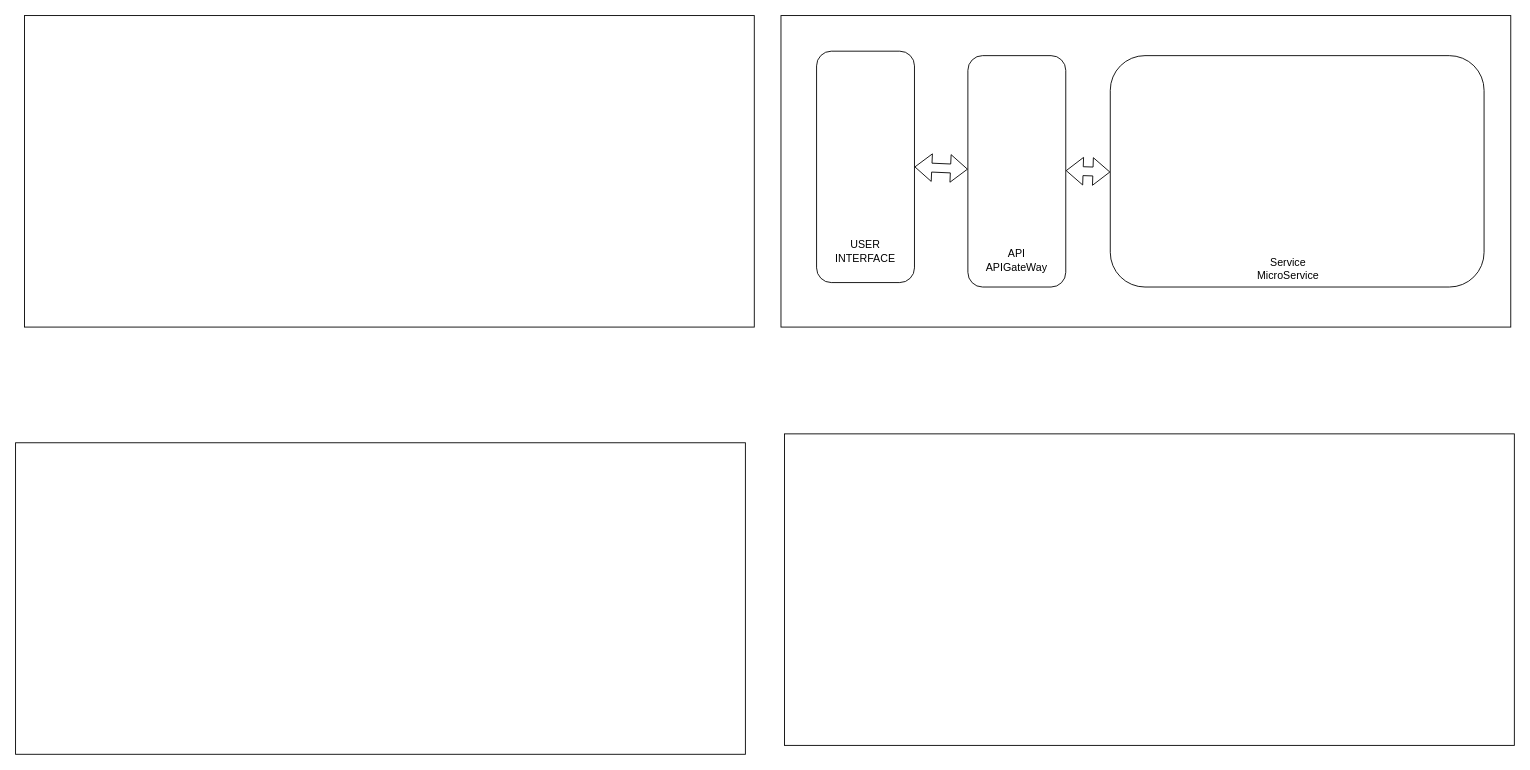
Sang-ATTN-UIT/API-GateWay keeps this draw.io diagram as Biểu đồ không có tiêu đề.drawio. Above is the earlier version. Source tidied: cells renumbered, new cells numbered last; positions are measured from the earlier drawing's top-left corner, leaving out a move shared by most shapes. Both pictures are drawn from the tidied source at 89%, with x=0, y=0 at pixel (15, 15).
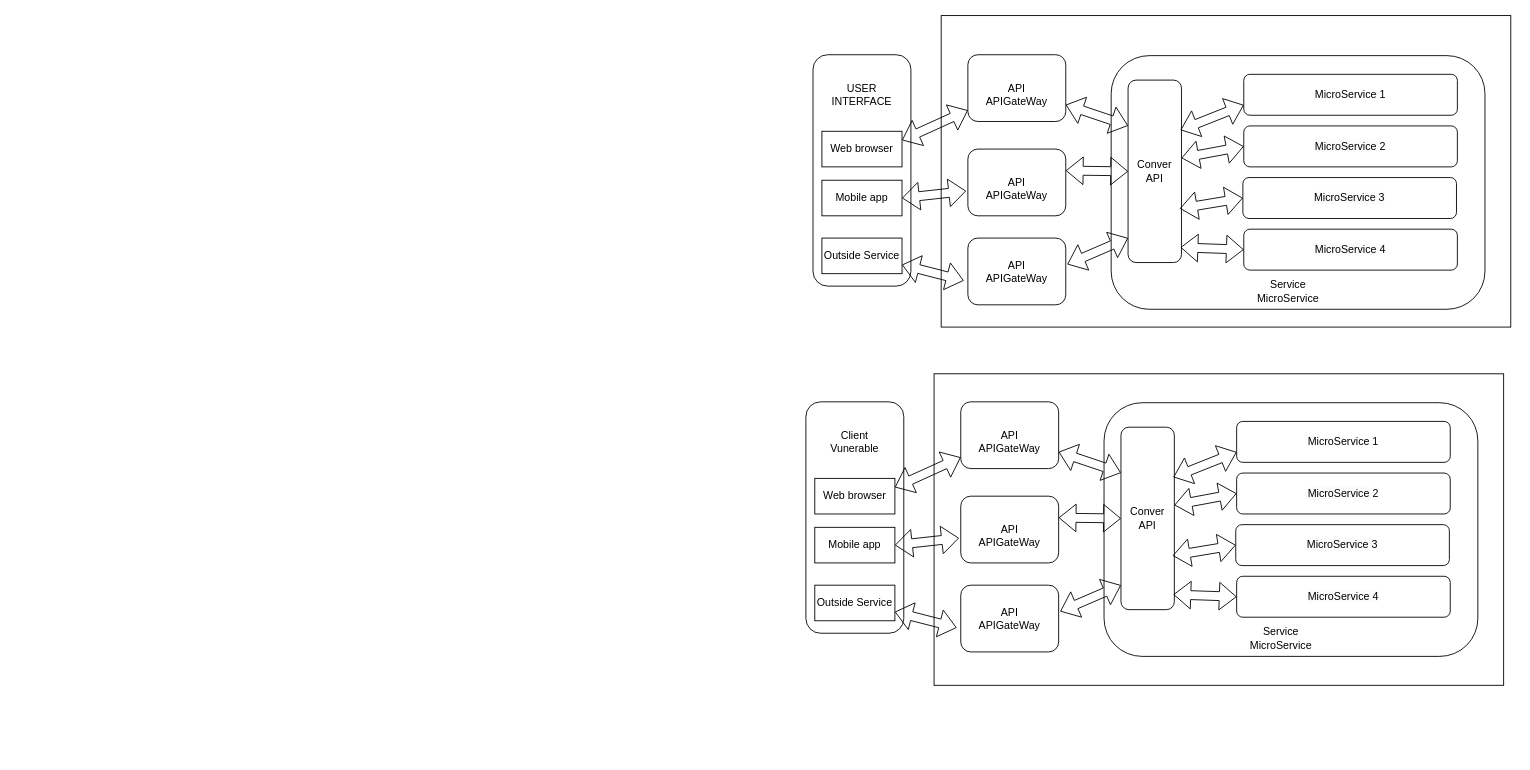
The same diagram, later.

Commit message:
Cập nhật Biểu đồ không có tiêu đề.drawio

What changed in the source:
```diff
@@
     <mxCell id="2" style="rounded=0;whiteSpace=wrap;html=1;" parent="1" vertex="1">
-      <mxGeometry x="860" width="820" height="350" as="geometry" />
+      <mxGeometry x="1040" width="640" height="350" as="geometry" />
     </mxCell>
-    <mxCell id="3" style="rounded=0;whiteSpace=wrap;html=1;" parent="1" vertex="1">
-      <mxGeometry x="864" y="470" width="820" height="350" as="geometry" />
-    </mxCell>
-    <mxCell id="4" style="rounded=0;whiteSpace=wrap;html=1;" parent="1" vertex="1">
-      <mxGeometry x="10" width="820" height="350" as="geometry" />
-    </mxCell>
-    <mxCell id="5" style="rounded=0;whiteSpace=wrap;html=1;" parent="1" vertex="1">
-      <mxGeometry y="480" width="820" height="350" as="geometry" />
-    </mxCell>
     <mxCell id="6" style="rounded=1;whiteSpace=wrap;html=1;" parent="1" vertex="1">
-      <mxGeometry x="900" y="40" width="110" height="260" as="geometry" />
+      <mxGeometry x="896" y="44" width="110" height="260" as="geometry" />
     </mxCell>
     <mxCell id="7" style="rounded=1;whiteSpace=wrap;html=1;" parent="1" vertex="1">
-      <mxGeometry x="1230" y="45" width="420" height="260" as="geometry" />
+      <mxGeometry x="1231" y="45" width="420" height="285" as="geometry" />
     </mxCell>
     <mxCell id="8" style="rounded=1;whiteSpace=wrap;html=1;" parent="1" vertex="1">
-      <mxGeometry x="1070" y="45" width="110" height="260" as="geometry" />
+      <mxGeometry x="1070" y="44" width="110" height="75" as="geometry" />
     </mxCell>
-    <mxCell id="9" style="shape=flexArrow;endArrow=classic;startArrow=classic;html=1;rounded=0;exitX=1;exitY=0.5;exitDx=0;exitDy=0;" parent="1" edge="1" source="6" target="8">
+    <mxCell id="9" style="shape=flexArrow;endArrow=classic;startArrow=classic;html=1;rounded=0;exitX=1;exitY=0.25;exitDx=0;exitDy=0;" parent="1" edge="1" source="23" target="8">
       <mxGeometry relative="1" as="geometry" />
     </mxCell>
-    <mxCell id="10" style="shape=flexArrow;endArrow=classic;startArrow=classic;html=1;rounded=0;exitX=1;exitY=0.5;exitDx=0;exitDy=0;entryX=0;entryY=0.5;entryDx=0;entryDy=0;" parent="1" edge="1">
+    <mxCell id="10" style="shape=flexArrow;endArrow=classic;startArrow=classic;html=1;rounded=0;exitX=1;exitY=0.5;exitDx=0;exitDy=0;entryX=0;entryY=0.5;entryDx=0;entryDy=0;" parent="1" edge="1" target="22">
       <mxGeometry relative="1" as="geometry">
         <mxPoint x="1180" y="174.2" as="sourcePoint" />
-        <mxPoint x="1230" y="175.8" as="targetPoint" />
       </mxGeometry>
     </mxCell>
     <mxCell id="11" value="USER&lt;br&gt;INTERFACE" style="text;html=1;strokeColor=none;fillColor=none;align=center;verticalAlign=middle;whiteSpace=wrap;rounded=0;" parent="1" vertex="1">
-      <mxGeometry x="925" y="250" width="60" height="30" as="geometry" />
+      <mxGeometry x="921" y="74" width="60" height="30" as="geometry" />
     </mxCell>
     <mxCell id="12" value="API&lt;br&gt;APIGateWay" style="text;html=1;strokeColor=none;fillColor=none;align=center;verticalAlign=middle;whiteSpace=wrap;rounded=0;" parent="1" vertex="1">
-      <mxGeometry x="1095" y="260" width="60" height="30" as="geometry" />
+      <mxGeometry x="1095" y="74" width="60" height="30" as="geometry" />
     </mxCell>
     <mxCell id="13" value="Service&lt;br&gt;MicroService" style="text;html=1;strokeColor=none;fillColor=none;align=center;verticalAlign=middle;whiteSpace=wrap;rounded=0;" parent="1" vertex="1">
-      <mxGeometry x="1400" y="270" width="60" height="30" as="geometry" />
+      <mxGeometry x="1400" y="295" width="60" height="30" as="geometry" />
     </mxCell>
+    <mxCell id="14" style="rounded=1;whiteSpace=wrap;html=1;" parent="1" vertex="1">
+      <mxGeometry x="1070" y="150" width="110" height="75" as="geometry" />
+    </mxCell>
+    <mxCell id="15" value="API&lt;br&gt;APIGateWay" style="text;html=1;strokeColor=none;fillColor=none;align=center;verticalAlign=middle;whiteSpace=wrap;rounded=0;" parent="1" vertex="1">
+      <mxGeometry x="1095" y="180" width="60" height="30" as="geometry" />
+    </mxCell>
+    <mxCell id="16" style="rounded=1;whiteSpace=wrap;html=1;" parent="1" vertex="1">
+      <mxGeometry x="1070" y="250" width="110" height="75" as="geometry" />
+    </mxCell>
+    <mxCell id="17" value="API&lt;br&gt;APIGateWay" style="text;html=1;strokeColor=none;fillColor=none;align=center;verticalAlign=middle;whiteSpace=wrap;rounded=0;" parent="1" vertex="1">
+      <mxGeometry x="1095" y="272.5" width="60" height="30" as="geometry" />
+    </mxCell>
+    <mxCell id="18" style="shape=flexArrow;endArrow=classic;startArrow=classic;html=1;rounded=0;entryX=-0.018;entryY=0.628;entryDx=0;entryDy=0;entryPerimeter=0;exitX=1;exitY=0.5;exitDx=0;exitDy=0;" parent="1" edge="1" source="24" target="14">
+      <mxGeometry relative="1" as="geometry" />
+    </mxCell>
+    <mxCell id="19" style="shape=flexArrow;endArrow=classic;startArrow=classic;html=1;rounded=0;entryX=-0.042;entryY=0.637;entryDx=0;entryDy=0;entryPerimeter=0;exitX=1;exitY=0.75;exitDx=0;exitDy=0;" parent="1" edge="1" source="25" target="16">
+      <mxGeometry relative="1" as="geometry" />
+    </mxCell>
+    <mxCell id="20" style="shape=flexArrow;endArrow=classic;startArrow=classic;html=1;rounded=0;exitX=1.016;exitY=0.393;exitDx=0;exitDy=0;entryX=0;entryY=0.866;entryDx=0;entryDy=0;entryPerimeter=0;exitPerimeter=0;" parent="1" edge="1" source="16" target="22">
+      <mxGeometry relative="1" as="geometry" />
+    </mxCell>
+    <mxCell id="21" style="shape=flexArrow;endArrow=classic;startArrow=classic;html=1;rounded=0;entryX=1;entryY=0.75;entryDx=0;entryDy=0;exitX=0;exitY=0.25;exitDx=0;exitDy=0;" parent="1" edge="1" source="22" target="8">
+      <mxGeometry relative="1" as="geometry" />
+    </mxCell>
+    <mxCell id="22" value="Conver API" style="rounded=1;whiteSpace=wrap;html=1;" parent="1" vertex="1">
+      <mxGeometry x="1250" y="72.5" width="60" height="205" as="geometry" />
+    </mxCell>
+    <mxCell id="23" value="Web browser" style="rounded=0;whiteSpace=wrap;html=1;" parent="1" vertex="1">
+      <mxGeometry x="906" y="130" width="90" height="40" as="geometry" />
+    </mxCell>
+    <mxCell id="24" value="Mobile app" style="rounded=0;whiteSpace=wrap;html=1;" parent="1" vertex="1">
+      <mxGeometry x="906" y="185" width="90" height="40" as="geometry" />
+    </mxCell>
+    <mxCell id="25" value="Outside Service" style="rounded=0;whiteSpace=wrap;html=1;" parent="1" vertex="1">
+      <mxGeometry x="906" y="250" width="90" height="40" as="geometry" />
+    </mxCell>
+    <mxCell id="26" value="MicroService 1" style="rounded=1;whiteSpace=wrap;html=1;" parent="1" vertex="1">
+      <mxGeometry x="1380" y="66" width="240" height="46" as="geometry" />
+    </mxCell>
+    <mxCell id="27" value="&lt;span style=&quot;color: rgb(0, 0, 0); font-family: Helvetica; font-size: 12px; font-style: normal; font-variant-ligatures: normal; font-variant-caps: normal; font-weight: 400; letter-spacing: normal; orphans: 2; text-align: center; text-indent: 0px; text-transform: none; widows: 2; word-spacing: 0px; -webkit-text-stroke-width: 0px; background-color: rgb(251, 251, 251); text-decoration-thickness: initial; text-decoration-style: initial; text-decoration-color: initial; float: none; display: inline !important;&quot;&gt;MicroService&lt;span&gt;&amp;nbsp;&lt;/span&gt;&lt;/span&gt;2" style="rounded=1;whiteSpace=wrap;html=1;" parent="1" vertex="1">
+      <mxGeometry x="1380" y="124" width="240" height="46" as="geometry" />
+    </mxCell>
+    <mxCell id="28" value="&lt;span style=&quot;color: rgb(0, 0, 0); font-family: Helvetica; font-size: 12px; font-style: normal; font-variant-ligatures: normal; font-variant-caps: normal; font-weight: 400; letter-spacing: normal; orphans: 2; text-align: center; text-indent: 0px; text-transform: none; widows: 2; word-spacing: 0px; -webkit-text-stroke-width: 0px; background-color: rgb(251, 251, 251); text-decoration-thickness: initial; text-decoration-style: initial; text-decoration-color: initial; float: none; display: inline !important;&quot;&gt;MicroService&lt;span&gt;&amp;nbsp;3&lt;/span&gt;&lt;/span&gt;" style="rounded=1;whiteSpace=wrap;html=1;" parent="1" vertex="1">
+      <mxGeometry x="1379" y="182" width="240" height="46" as="geometry" />
+    </mxCell>
+    <mxCell id="29" value="&lt;span style=&quot;color: rgb(0, 0, 0); font-family: Helvetica; font-size: 12px; font-style: normal; font-variant-ligatures: normal; font-variant-caps: normal; font-weight: 400; letter-spacing: normal; orphans: 2; text-align: center; text-indent: 0px; text-transform: none; widows: 2; word-spacing: 0px; -webkit-text-stroke-width: 0px; background-color: rgb(251, 251, 251); text-decoration-thickness: initial; text-decoration-style: initial; text-decoration-color: initial; float: none; display: inline !important;&quot;&gt;MicroService&lt;span&gt;&amp;nbsp;4&lt;/span&gt;&lt;/span&gt;" style="rounded=1;whiteSpace=wrap;html=1;" parent="1" vertex="1">
+      <mxGeometry x="1380" y="240" width="240" height="46" as="geometry" />
+    </mxCell>
+    <mxCell id="30" style="shape=flexArrow;endArrow=classic;startArrow=classic;html=1;rounded=0;entryX=0;entryY=0.75;entryDx=0;entryDy=0;exitX=0.982;exitY=0.274;exitDx=0;exitDy=0;exitPerimeter=0;" parent="1" edge="1" source="22" target="26">
+      <mxGeometry relative="1" as="geometry" />
+    </mxCell>
+    <mxCell id="31" style="shape=flexArrow;endArrow=classic;startArrow=classic;html=1;rounded=0;entryX=0;entryY=0.5;entryDx=0;entryDy=0;exitX=1;exitY=0.427;exitDx=0;exitDy=0;exitPerimeter=0;" parent="1" edge="1" source="22" target="27">
+      <mxGeometry relative="1" as="geometry" />
+    </mxCell>
+    <mxCell id="32" style="shape=flexArrow;endArrow=classic;startArrow=classic;html=1;rounded=0;entryX=0;entryY=0.5;entryDx=0;entryDy=0;exitX=0.969;exitY=0.704;exitDx=0;exitDy=0;exitPerimeter=0;" parent="1" edge="1" source="22" target="28">
+      <mxGeometry relative="1" as="geometry" />
+    </mxCell>
+    <mxCell id="33" style="shape=flexArrow;endArrow=classic;startArrow=classic;html=1;rounded=0;entryX=0;entryY=0.5;entryDx=0;entryDy=0;exitX=0.982;exitY=0.917;exitDx=0;exitDy=0;exitPerimeter=0;" parent="1" edge="1" source="22" target="29">
+      <mxGeometry relative="1" as="geometry" />
+    </mxCell>
+    <mxCell id="34" style="rounded=0;whiteSpace=wrap;html=1;" parent="1" vertex="1">
+      <mxGeometry x="1032" y="402.5" width="640" height="350" as="geometry" />
+    </mxCell>
+    <mxCell id="35" style="rounded=1;whiteSpace=wrap;html=1;" parent="1" vertex="1">
+      <mxGeometry x="888" y="434" width="110" height="260" as="geometry" />
+    </mxCell>
+    <mxCell id="36" style="rounded=1;whiteSpace=wrap;html=1;" parent="1" vertex="1">
+      <mxGeometry x="1223" y="435" width="420" height="285" as="geometry" />
+    </mxCell>
+    <mxCell id="37" style="rounded=1;whiteSpace=wrap;html=1;" parent="1" vertex="1">
+      <mxGeometry x="1062" y="434" width="110" height="75" as="geometry" />
+    </mxCell>
+    <mxCell id="38" style="shape=flexArrow;endArrow=classic;startArrow=classic;html=1;rounded=0;exitX=1;exitY=0.25;exitDx=0;exitDy=0;" parent="1" edge="1" source="52" target="37">
+      <mxGeometry relative="1" as="geometry" />
+    </mxCell>
+    <mxCell id="39" style="shape=flexArrow;endArrow=classic;startArrow=classic;html=1;rounded=0;exitX=1;exitY=0.5;exitDx=0;exitDy=0;entryX=0;entryY=0.5;entryDx=0;entryDy=0;" parent="1" edge="1" target="51">
+      <mxGeometry relative="1" as="geometry">
+        <mxPoint x="1172" y="564.2" as="sourcePoint" />
+      </mxGeometry>
+    </mxCell>
+    <mxCell id="40" value="Client&lt;br&gt;Vunerable" style="text;html=1;strokeColor=none;fillColor=none;align=center;verticalAlign=middle;whiteSpace=wrap;rounded=0;" parent="1" vertex="1">
+      <mxGeometry x="913" y="464" width="60" height="30" as="geometry" />
+    </mxCell>
+    <mxCell id="41" value="API&lt;br&gt;APIGateWay" style="text;html=1;strokeColor=none;fillColor=none;align=center;verticalAlign=middle;whiteSpace=wrap;rounded=0;" parent="1" vertex="1">
+      <mxGeometry x="1087" y="464" width="60" height="30" as="geometry" />
+    </mxCell>
+    <mxCell id="42" value="Service&lt;br&gt;MicroService" style="text;html=1;strokeColor=none;fillColor=none;align=center;verticalAlign=middle;whiteSpace=wrap;rounded=0;" parent="1" vertex="1">
+      <mxGeometry x="1392" y="685" width="60" height="30" as="geometry" />
+    </mxCell>
+    <mxCell id="43" style="rounded=1;whiteSpace=wrap;html=1;" parent="1" vertex="1">
+      <mxGeometry x="1062" y="540" width="110" height="75" as="geometry" />
+    </mxCell>
+    <mxCell id="44" value="API&lt;br&gt;APIGateWay" style="text;html=1;strokeColor=none;fillColor=none;align=center;verticalAlign=middle;whiteSpace=wrap;rounded=0;" parent="1" vertex="1">
+      <mxGeometry x="1087" y="570" width="60" height="30" as="geometry" />
+    </mxCell>
+    <mxCell id="45" style="rounded=1;whiteSpace=wrap;html=1;" parent="1" vertex="1">
+      <mxGeometry x="1062" y="640" width="110" height="75" as="geometry" />
+    </mxCell>
+    <mxCell id="46" value="API&lt;br&gt;APIGateWay" style="text;html=1;strokeColor=none;fillColor=none;align=center;verticalAlign=middle;whiteSpace=wrap;rounded=0;" parent="1" vertex="1">
+      <mxGeometry x="1087" y="662.5" width="60" height="30" as="geometry" />
+    </mxCell>
+    <mxCell id="47" style="shape=flexArrow;endArrow=classic;startArrow=classic;html=1;rounded=0;entryX=-0.018;entryY=0.628;entryDx=0;entryDy=0;entryPerimeter=0;exitX=1;exitY=0.5;exitDx=0;exitDy=0;" parent="1" edge="1" source="53" target="43">
+      <mxGeometry relative="1" as="geometry" />
+    </mxCell>
+    <mxCell id="48" style="shape=flexArrow;endArrow=classic;startArrow=classic;html=1;rounded=0;entryX=-0.042;entryY=0.637;entryDx=0;entryDy=0;entryPerimeter=0;exitX=1;exitY=0.75;exitDx=0;exitDy=0;" parent="1" edge="1" source="54" target="45">
+      <mxGeometry relative="1" as="geometry" />
+    </mxCell>
+    <mxCell id="49" style="shape=flexArrow;endArrow=classic;startArrow=classic;html=1;rounded=0;exitX=1.016;exitY=0.393;exitDx=0;exitDy=0;entryX=0;entryY=0.866;entryDx=0;entryDy=0;entryPerimeter=0;exitPerimeter=0;" parent="1" edge="1" source="45" target="51">
+      <mxGeometry relative="1" as="geometry" />
+    </mxCell>
+    <mxCell id="50" style="shape=flexArrow;endArrow=classic;startArrow=classic;html=1;rounded=0;entryX=1;entryY=0.75;entryDx=0;entryDy=0;exitX=0;exitY=0.25;exitDx=0;exitDy=0;" parent="1" edge="1" source="51" target="37">
+      <mxGeometry relative="1" as="geometry" />
+    </mxCell>
+    <mxCell id="51" value="Conver API" style="rounded=1;whiteSpace=wrap;html=1;" parent="1" vertex="1">
+      <mxGeometry x="1242" y="462.5" width="60" height="205" as="geometry" />
+    </mxCell>
+    <mxCell id="52" value="Web browser" style="rounded=0;whiteSpace=wrap;html=1;" parent="1" vertex="1">
+      <mxGeometry x="898" y="520" width="90" height="40" as="geometry" />
+    </mxCell>
+    <mxCell id="53" value="Mobile app" style="rounded=0;whiteSpace=wrap;html=1;" parent="1" vertex="1">
+      <mxGeometry x="898" y="575" width="90" height="40" as="geometry" />
+    </mxCell>
+    <mxCell id="54" value="Outside Service" style="rounded=0;whiteSpace=wrap;html=1;" parent="1" vertex="1">
+      <mxGeometry x="898" y="640" width="90" height="40" as="geometry" />
+    </mxCell>
+    <mxCell id="55" value="MicroService 1" style="rounded=1;whiteSpace=wrap;html=1;" parent="1" vertex="1">
+      <mxGeometry x="1372" y="456" width="240" height="46" as="geometry" />
+    </mxCell>
+    <mxCell id="56" value="&lt;span style=&quot;color: rgb(0, 0, 0); font-family: Helvetica; font-size: 12px; font-style: normal; font-variant-ligatures: normal; font-variant-caps: normal; font-weight: 400; letter-spacing: normal; orphans: 2; text-align: center; text-indent: 0px; text-transform: none; widows: 2; word-spacing: 0px; -webkit-text-stroke-width: 0px; background-color: rgb(251, 251, 251); text-decoration-thickness: initial; text-decoration-style: initial; text-decoration-color: initial; float: none; display: inline !important;&quot;&gt;MicroService&lt;span&gt;&amp;nbsp;&lt;/span&gt;&lt;/span&gt;2" style="rounded=1;whiteSpace=wrap;html=1;" parent="1" vertex="1">
+      <mxGeometry x="1372" y="514" width="240" height="46" as="geometry" />
+    </mxCell>
+    <mxCell id="57" value="&lt;span style=&quot;color: rgb(0, 0, 0); font-family: Helvetica; font-size: 12px; font-style: normal; font-variant-ligatures: normal; font-variant-caps: normal; font-weight: 400; letter-spacing: normal; orphans: 2; text-align: center; text-indent: 0px; text-transform: none; widows: 2; word-spacing: 0px; -webkit-text-stroke-width: 0px; background-color: rgb(251, 251, 251); text-decoration-thickness: initial; text-decoration-style: initial; text-decoration-color: initial; float: none; display: inline !important;&quot;&gt;MicroService&lt;span&gt;&amp;nbsp;3&lt;/span&gt;&lt;/span&gt;" style="rounded=1;whiteSpace=wrap;html=1;" parent="1" vertex="1">
+      <mxGeometry x="1371" y="572" width="240" height="46" as="geometry" />
+    </mxCell>
+    <mxCell id="58" value="&lt;span style=&quot;color: rgb(0, 0, 0); font-family: Helvetica; font-size: 12px; font-style: normal; font-variant-ligatures: normal; font-variant-caps: normal; font-weight: 400; letter-spacing: normal; orphans: 2; text-align: center; text-indent: 0px; text-transform: none; widows: 2; word-spacing: 0px; -webkit-text-stroke-width: 0px; background-color: rgb(251, 251, 251); text-decoration-thickness: initial; text-decoration-style: initial; text-decoration-color: initial; float: none; display: inline !important;&quot;&gt;MicroService&lt;span&gt;&amp;nbsp;4&lt;/span&gt;&lt;/span&gt;" style="rounded=1;whiteSpace=wrap;html=1;" parent="1" vertex="1">
+      <mxGeometry x="1372" y="630" width="240" height="46" as="geometry" />
+    </mxCell>
+    <mxCell id="59" style="shape=flexArrow;endArrow=classic;startArrow=classic;html=1;rounded=0;entryX=0;entryY=0.75;entryDx=0;entryDy=0;exitX=0.982;exitY=0.274;exitDx=0;exitDy=0;exitPerimeter=0;" parent="1" edge="1" source="51" target="55">
+      <mxGeometry relative="1" as="geometry" />
+    </mxCell>
+    <mxCell id="60" style="shape=flexArrow;endArrow=classic;startArrow=classic;html=1;rounded=0;entryX=0;entryY=0.5;entryDx=0;entryDy=0;exitX=1;exitY=0.427;exitDx=0;exitDy=0;exitPerimeter=0;" parent="1" edge="1" source="51" target="56">
+      <mxGeometry relative="1" as="geometry" />
+    </mxCell>
+    <mxCell id="61" style="shape=flexArrow;endArrow=classic;startArrow=classic;html=1;rounded=0;entryX=0;entryY=0.5;entryDx=0;entryDy=0;exitX=0.969;exitY=0.704;exitDx=0;exitDy=0;exitPerimeter=0;" parent="1" edge="1" source="51" target="57">
+      <mxGeometry relative="1" as="geometry" />
+    </mxCell>
+    <mxCell id="62" style="shape=flexArrow;endArrow=classic;startArrow=classic;html=1;rounded=0;entryX=0;entryY=0.5;entryDx=0;entryDy=0;exitX=0.982;exitY=0.917;exitDx=0;exitDy=0;exitPerimeter=0;" parent="1" edge="1" source="51" target="58">
+      <mxGeometry relative="1" as="geometry" />
+    </mxCell>
```
